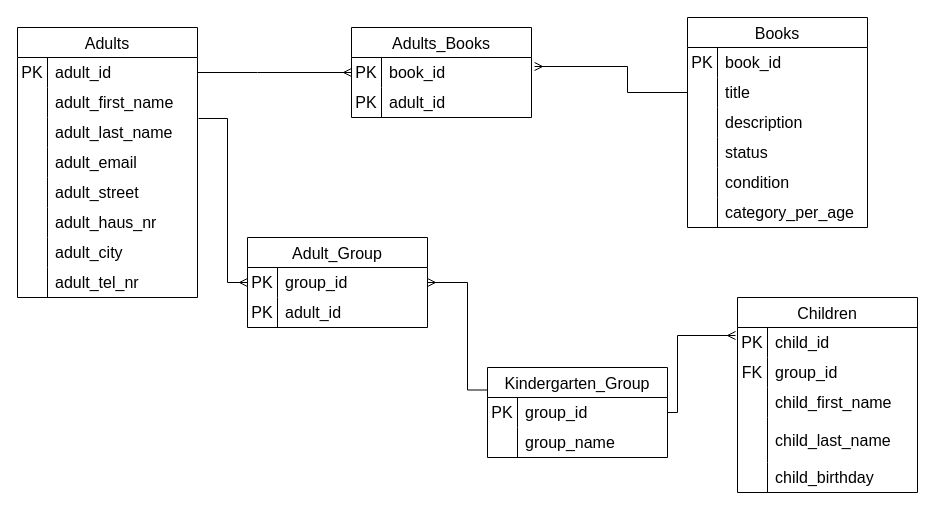
Earlier version of the draw.io diagram database/database.drawio (dragica-gj-z/kita-bibliothek). Source tidied: cells renumbered, new cells numbered last; positions are measured from the earlier drawing's top-left corner, leaving out a move shared by most shapes. Both pictures are drawn from the tidied source at 100%, with x=0, y=0 at pixel (17, 17).
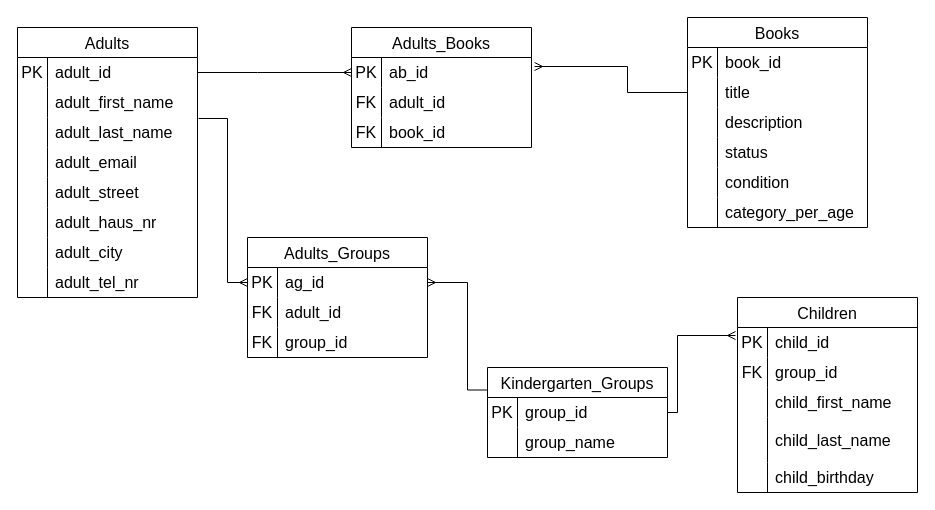
The same page after the edit.

The change refers to these unchanged cells:
```xml
<mxCell id="66" style="shape=tableRow;horizontal=0;startSize=0;swimlaneHead=0;swimlaneBody=0;top=0;left=0;bottom=0;right=0;fillColor=none;points=[[0,0.5],[1,0.5]];portConstraint=eastwest;strokeColor=inherit;fontSize=16;" parent="65" vertex="1">
  <mxGeometry y="30" width="180" height="30" as="geometry" />
</mxCell>
<mxCell id="69" style="shape=tableRow;horizontal=0;startSize=0;swimlaneHead=0;swimlaneBody=0;top=0;left=0;bottom=0;right=0;fillColor=none;strokeColor=inherit;fontSize=16;" parent="65" vertex="1">
  <mxGeometry y="60" width="180" height="30" as="geometry" />
</mxCell>
<mxCell id="82" style="shape=tableRow;horizontal=0;startSize=0;swimlaneHead=0;swimlaneBody=0;top=0;left=0;bottom=0;right=0;fillColor=none;points=[[0,0.5],[1,0.5]];portConstraint=eastwest;strokeColor=inherit;fontSize=16;" parent="81" vertex="1">
  <mxGeometry y="30" width="180" height="30" as="geometry" />
</mxCell>
<mxCell id="85" style="shape=tableRow;horizontal=0;startSize=0;swimlaneHead=0;swimlaneBody=0;top=0;left=0;bottom=0;right=0;fillColor=none;strokeColor=inherit;fontSize=16;" parent="81" vertex="1">
  <mxGeometry y="60" width="180" height="30" as="geometry" />
</mxCell>
```

What changed in the source:
```diff
@@
     <mxCell id="65" value="Adults_Books" style="shape=table;startSize=30;childLayout=tableLayout;rowLines=0;fontStyle=0;strokeColor=default;fontSize=16;" parent="1" vertex="1">
-      <mxGeometry x="334" y="10" width="180" height="90" as="geometry" />
+      <mxGeometry x="334" y="10" width="180" height="120" as="geometry" />
     </mxCell>
@@
-    <mxCell id="68" value="book_id" style="shape=partialRectangle;html=1;whiteSpace=wrap;fillColor=none;top=0;left=0;bottom=0;right=0;align=left;spacingLeft=6;overflow=hidden;strokeColor=inherit;fontSize=16;" parent="66" vertex="1">
+    <mxCell id="68" value="ab_id" style="shape=partialRectangle;html=1;whiteSpace=wrap;fillColor=none;top=0;left=0;bottom=0;right=0;align=left;spacingLeft=6;overflow=hidden;strokeColor=inherit;fontSize=16;" parent="66" vertex="1">
       <mxGeometry x="30" width="150" height="30" as="geometry" />
     </mxCell>
@@
-    <mxCell id="70" value="PK" style="shape=partialRectangle;html=1;whiteSpace=wrap;fillColor=none;top=0;left=0;bottom=0;right=0;overflow=hidden;strokeColor=inherit;fontSize=16;" parent="69" vertex="1">
+    <mxCell id="70" value="FK" style="shape=partialRectangle;html=1;whiteSpace=wrap;fillColor=none;top=0;left=0;bottom=0;right=0;overflow=hidden;strokeColor=inherit;fontSize=16;" parent="69" vertex="1">
       <mxGeometry width="30" height="30" as="geometry" />
     </mxCell>
@@
+    <mxCell id="90" style="shape=tableRow;horizontal=0;startSize=0;swimlaneHead=0;swimlaneBody=0;top=0;left=0;bottom=0;right=0;fillColor=none;strokeColor=inherit;fontSize=16;" parent="65" vertex="1">
+      <mxGeometry y="90" width="180" height="30" as="geometry" />
+    </mxCell>
+    <mxCell id="91" value="FK" style="shape=partialRectangle;html=1;whiteSpace=wrap;fillColor=none;top=0;left=0;bottom=0;right=0;overflow=hidden;strokeColor=inherit;fontSize=16;" parent="90" vertex="1">
+      <mxGeometry width="30" height="30" as="geometry" />
+    </mxCell>
+    <mxCell id="92" value="book_id" style="shape=partialRectangle;html=1;whiteSpace=wrap;fillColor=none;top=0;left=0;bottom=0;right=0;align=left;spacingLeft=6;overflow=hidden;strokeColor=inherit;fontSize=16;" parent="90" vertex="1">
+      <mxGeometry x="30" width="150" height="30" as="geometry" />
+    </mxCell>
@@
-    <mxCell id="74" value="Kindergarten_Group" style="shape=table;startSize=30;childLayout=tableLayout;rowLines=0;fontStyle=0;strokeColor=default;fontSize=16;" parent="1" vertex="1">
+    <mxCell id="74" value="Kindergarten_Groups" style="shape=table;startSize=30;childLayout=tableLayout;rowLines=0;fontStyle=0;strokeColor=default;fontSize=16;" parent="1" vertex="1">
       <mxGeometry x="470" y="350" width="180" height="90" as="geometry" />
     </mxCell>
@@
-    <mxCell id="81" value="Adult_Group" style="shape=table;startSize=30;childLayout=tableLayout;rowLines=0;fontStyle=0;strokeColor=default;fontSize=16;" parent="1" vertex="1">
-      <mxGeometry x="230" y="220" width="180" height="90" as="geometry" />
+    <mxCell id="81" value="Adults_Groups" style="shape=table;startSize=30;childLayout=tableLayout;rowLines=0;fontStyle=0;strokeColor=default;fontSize=16;" parent="1" vertex="1">
+      <mxGeometry x="230" y="220" width="180" height="120" as="geometry" />
     </mxCell>
@@
-    <mxCell id="84" value="group_id" style="shape=partialRectangle;html=1;whiteSpace=wrap;fillColor=none;top=0;left=0;bottom=0;right=0;align=left;spacingLeft=6;overflow=hidden;strokeColor=inherit;fontSize=16;" parent="82" vertex="1">
+    <mxCell id="84" value="ag_id" style="shape=partialRectangle;html=1;whiteSpace=wrap;fillColor=none;top=0;left=0;bottom=0;right=0;align=left;spacingLeft=6;overflow=hidden;strokeColor=inherit;fontSize=16;" parent="82" vertex="1">
       <mxGeometry x="30" width="150" height="30" as="geometry" />
     </mxCell>
@@
-    <mxCell id="86" value="PK" style="shape=partialRectangle;html=1;whiteSpace=wrap;fillColor=none;top=0;left=0;bottom=0;right=0;overflow=hidden;strokeColor=inherit;fontSize=16;" parent="85" vertex="1">
+    <mxCell id="86" value="FK" style="shape=partialRectangle;html=1;whiteSpace=wrap;fillColor=none;top=0;left=0;bottom=0;right=0;overflow=hidden;strokeColor=inherit;fontSize=16;" parent="85" vertex="1">
       <mxGeometry width="30" height="30" as="geometry" />
     </mxCell>
@@
+    <mxCell id="93" style="shape=tableRow;horizontal=0;startSize=0;swimlaneHead=0;swimlaneBody=0;top=0;left=0;bottom=0;right=0;fillColor=none;strokeColor=inherit;fontSize=16;" parent="81" vertex="1">
+      <mxGeometry y="90" width="180" height="30" as="geometry" />
+    </mxCell>
+    <mxCell id="94" value="FK" style="shape=partialRectangle;html=1;whiteSpace=wrap;fillColor=none;top=0;left=0;bottom=0;right=0;overflow=hidden;strokeColor=inherit;fontSize=16;" parent="93" vertex="1">
+      <mxGeometry width="30" height="30" as="geometry" />
+    </mxCell>
+    <mxCell id="95" value="group_id" style="shape=partialRectangle;html=1;whiteSpace=wrap;fillColor=none;top=0;left=0;bottom=0;right=0;align=left;spacingLeft=6;overflow=hidden;strokeColor=inherit;fontSize=16;" parent="93" vertex="1">
+      <mxGeometry x="30" width="150" height="30" as="geometry" />
+    </mxCell>
```
